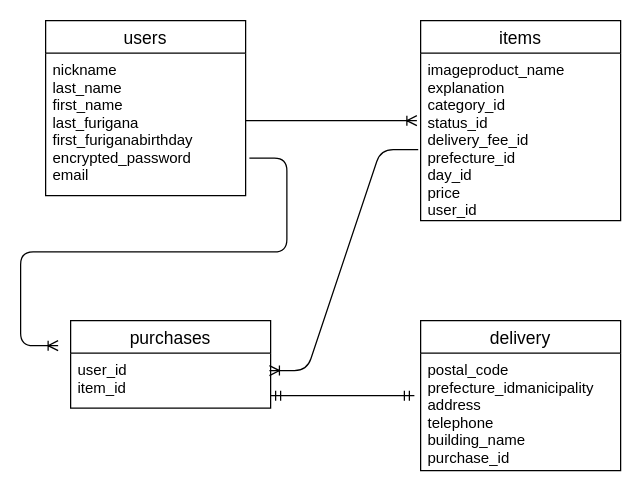
hiiro777/furima-35507 keeps this draw.io diagram as furima.dio. Above is the earlier version. Source tidied: cells renumbered, new cells numbered last; positions are measured from the earlier drawing's top-left corner, leaving out a move shared by most shapes. Both pictures are drawn from the tidied source at 125%, with x=0, y=0 at pixel (45, 20).
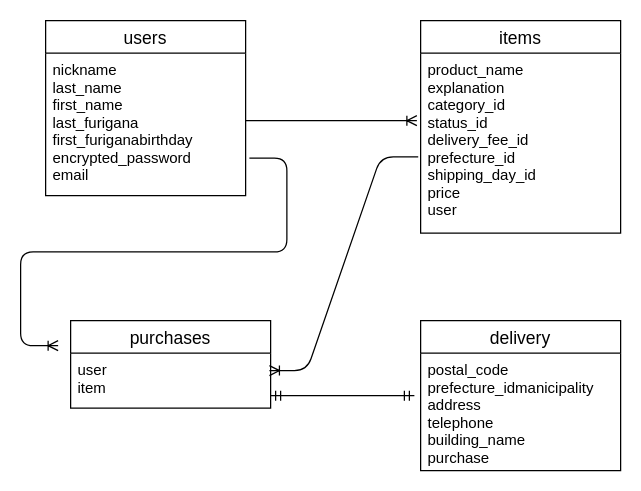
The same page after the edit.

Commit message (it also covers changes not shown here):
データベース設計修正2

What changed in the source:
```diff
@@
 <mxGraphModel>
   <root>
     <mxCell id="0" />
     <mxCell id="1" parent="0" />
     <mxCell id="2" value="users" style="swimlane;fontStyle=0;horizontal=1;startSize=26;align=center;fontSize=14;" parent="1" vertex="1">
       <mxGeometry width="160" height="140" as="geometry" />
     </mxCell>
     <mxCell id="3" value="nickname&#10;last_name&#10;first_name&#10;last_furigana&#10;first_furiganabirthday&#10;encrypted_password&#10;email" style="text;strokeColor=none;fillColor=none;spacingLeft=4;spacingRight=4;overflow=hidden;fontSize=12;" parent="2" vertex="1">
       <mxGeometry y="26" width="160" height="114" as="geometry" />
     </mxCell>
     <mxCell id="4" value="items" style="swimlane;fontStyle=0;horizontal=1;startSize=26;align=center;fontSize=14;" parent="1" vertex="1">
-      <mxGeometry x="300" width="160" height="160" as="geometry" />
+      <mxGeometry x="300" width="160" height="170" as="geometry" />
     </mxCell>
-    <mxCell id="5" value="imageproduct_name&#10;explanation&#10;category_id&#10;status_id&#10;delivery_fee_id&#10;prefecture_id&#10;day_id &#10;price&#10;user_id" style="text;strokeColor=none;fillColor=none;spacingLeft=4;spacingRight=4;overflow=hidden;points=[[0,0.5],[1,0.5]];portConstraint=eastwest;fontSize=12;" parent="4" vertex="1">
-      <mxGeometry y="26" width="160" height="134" as="geometry" />
+    <mxCell id="5" value="product_name&#10;explanation&#10;category_id&#10;status_id&#10;delivery_fee_id&#10;prefecture_id&#10;shipping_day_id&#10;price&#10;user" style="text;strokeColor=none;fillColor=none;spacingLeft=4;spacingRight=4;overflow=hidden;points=[[0,0.5],[1,0.5]];portConstraint=eastwest;fontSize=12;" parent="4" vertex="1">
+      <mxGeometry y="26" width="160" height="144" as="geometry" />
     </mxCell>
     <mxCell id="6" value="purchases" style="swimlane;fontStyle=0;horizontal=1;startSize=26;align=center;fontSize=14;" parent="1" vertex="1">
       <mxGeometry x="20" y="240" width="160" height="70" as="geometry" />
     </mxCell>
-    <mxCell id="7" value="user_id&#10;item_id" style="text;strokeColor=none;fillColor=none;spacingLeft=4;spacingRight=4;overflow=hidden;points=[[0,0.5],[1,0.5]];portConstraint=eastwest;fontSize=12;" parent="6" vertex="1">
+    <mxCell id="7" value="user&#10;item" style="text;strokeColor=none;fillColor=none;spacingLeft=4;spacingRight=4;overflow=hidden;points=[[0,0.5],[1,0.5]];portConstraint=eastwest;fontSize=12;" parent="6" vertex="1">
       <mxGeometry y="26" width="160" height="44" as="geometry" />
     </mxCell>
     <mxCell id="8" value="delivery" style="swimlane;fontStyle=0;horizontal=1;startSize=26;align=center;fontSize=14;" parent="1" vertex="1">
       <mxGeometry x="300" y="240" width="160" height="120" as="geometry" />
     </mxCell>
-    <mxCell id="9" value="postal_code&#10;prefecture_idmanicipality&#10;address&#10;telephone&#10;building_name&#10;purchase_id" style="text;strokeColor=none;fillColor=none;spacingLeft=4;spacingRight=4;overflow=hidden;fontSize=12;" parent="8" vertex="1">
+    <mxCell id="9" value="postal_code&#10;prefecture_idmanicipality&#10;address&#10;telephone&#10;building_name&#10;purchase" style="text;strokeColor=none;fillColor=none;spacingLeft=4;spacingRight=4;overflow=hidden;fontSize=12;" parent="8" vertex="1">
       <mxGeometry y="26" width="160" height="94" as="geometry" />
     </mxCell>
     <mxCell id="10" style="edgeStyle=entityRelationEdgeStyle;fontSize=12;html=1;endArrow=ERoneToMany;entryX=0.994;entryY=0.318;entryDx=0;entryDy=0;entryPerimeter=0;exitX=-0.012;exitY=0.576;exitDx=0;exitDy=0;exitPerimeter=0;" parent="1" edge="1" source="5" target="7">
       <mxGeometry relative="1" as="geometry" />
     </mxCell>
     <mxCell id="11" style="edgeStyle=entityRelationEdgeStyle;fontSize=12;html=1;endArrow=ERoneToMany;" parent="1" edge="1">
       <mxGeometry relative="1" as="geometry">
         <mxPoint x="163" y="110" as="sourcePoint" />
         <mxPoint x="10" y="260" as="targetPoint" />
       </mxGeometry>
     </mxCell>
     <mxCell id="12" style="edgeStyle=entityRelationEdgeStyle;fontSize=12;html=1;endArrow=ERmandOne;startArrow=ERmandOne;" parent="1" edge="1">
       <mxGeometry relative="1" as="geometry">
         <mxPoint x="180" y="300" as="sourcePoint" />
         <mxPoint x="295" y="300" as="targetPoint" />
       </mxGeometry>
     </mxCell>
     <mxCell id="13" style="edgeStyle=entityRelationEdgeStyle;fontSize=12;html=1;endArrow=ERoneToMany;" parent="1" edge="1">
       <mxGeometry relative="1" as="geometry">
         <mxPoint x="160" y="80" as="sourcePoint" />
         <mxPoint x="297" y="80" as="targetPoint" />
       </mxGeometry>
     </mxCell>
   </root>
 </mxGraphModel>
```
